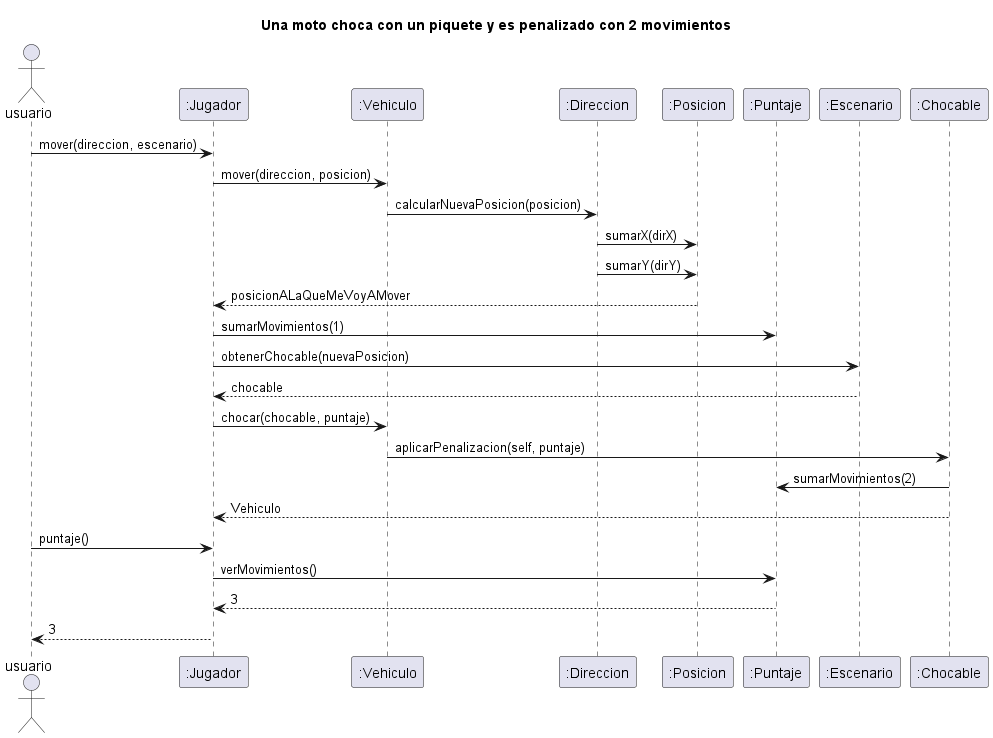
The PlantUML diagram diagrams/sequences/moto_choca_piquete.png in NestorPala/T17-GPSChallenge, before a commit. Its source is kept beside it as diagrams/sequences/moto_choca_piquete.puml.
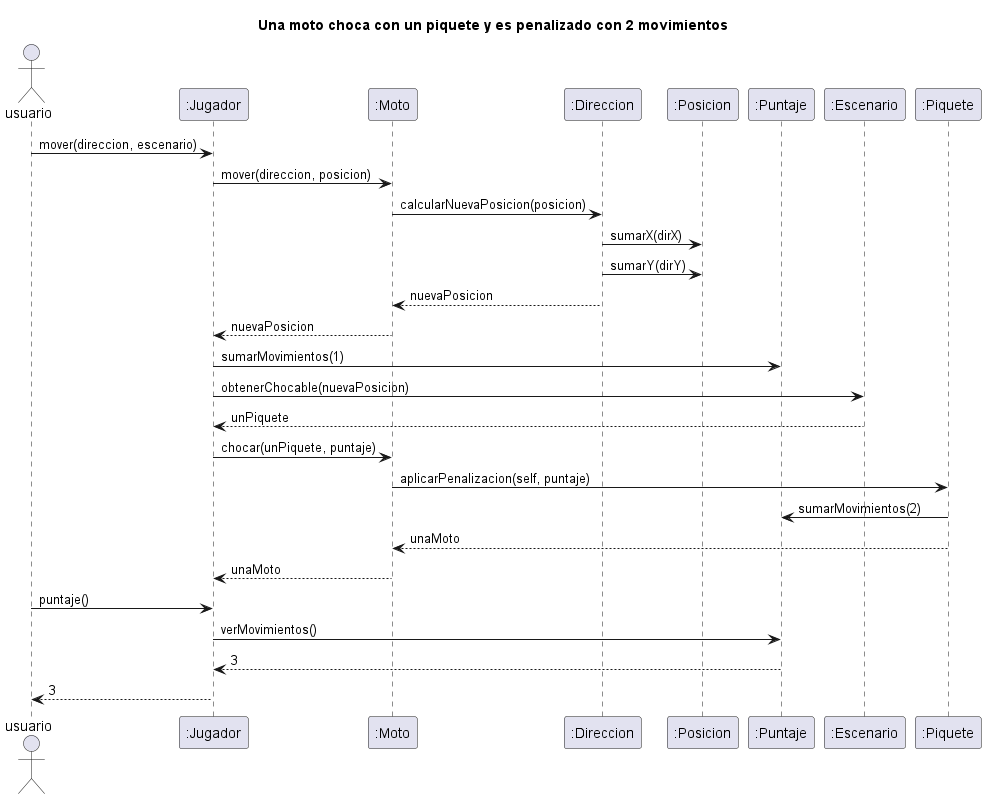
Later version of the same file.

Change to the diagram source:
```diff
@@ -4,18 +4,20 @@
 Actor usuario
 
 "usuario" -> ":Jugador": mover(direccion, escenario)
-":Jugador" -> ":Vehiculo": mover(direccion, posicion)
-":Vehiculo" -> ":Direccion": calcularNuevaPosicion(posicion)
+":Jugador" -> ":Moto": mover(direccion, posicion)
+":Moto" -> ":Direccion": calcularNuevaPosicion(posicion)
 ":Direccion" -> ":Posicion": sumarX(dirX)
 ":Direccion" -> ":Posicion": sumarY(dirY)
-":Posicion" --> ":Jugador": posicionALaQueMeVoyAMover
+":Direccion" --> ":Moto": nuevaPosicion
+":Moto" --> ":Jugador": nuevaPosicion
 ":Jugador" -> ":Puntaje": sumarMovimientos(1)
 ":Jugador" -> ":Escenario": obtenerChocable(nuevaPosicion)
-":Escenario" --> ":Jugador": chocable
-":Jugador" -> ":Vehiculo": chocar(chocable, puntaje)
-":Vehiculo" -> ":Chocable": aplicarPenalizacion(self, puntaje)
-":Chocable" -> ":Puntaje" : sumarMovimientos(2)
-":Chocable" --> ":Jugador" : Vehiculo
+":Escenario" --> ":Jugador": unPiquete
+":Jugador" -> ":Moto": chocar(unPiquete, puntaje)
+":Moto" -> ":Piquete": aplicarPenalizacion(self, puntaje)
+":Piquete" -> ":Puntaje" : sumarMovimientos(2)
+":Piquete" --> ":Moto" : unaMoto
+":Moto" --> ":Jugador" : unaMoto
 
 "usuario" -> ":Jugador": puntaje()
 ":Jugador" -> ":Puntaje": verMovimientos()
```
